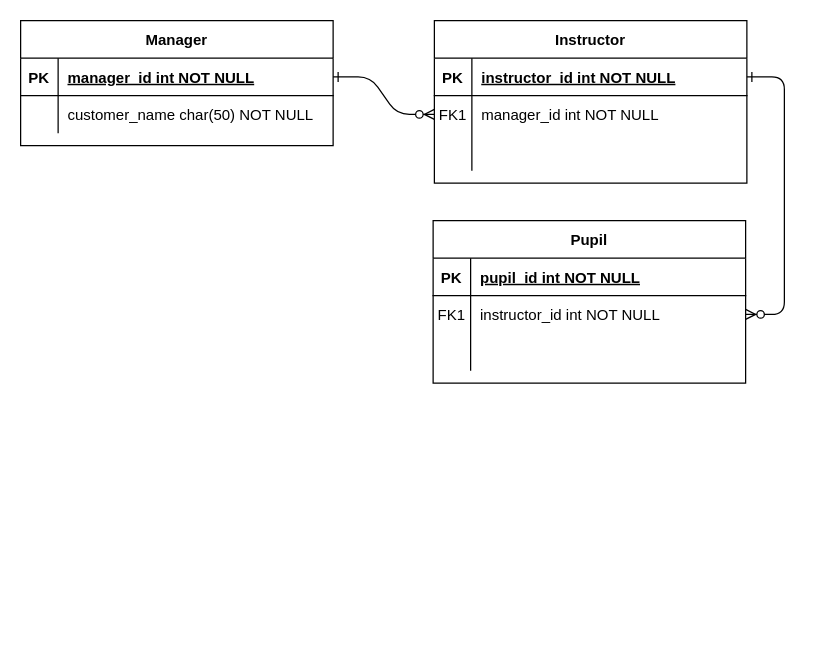
Above: PRock Entity Relations.drawio in AlonBrul/prock-class-registration (draw.io), before the change. Source tidied: cells renumbered, new cells numbered last; positions are measured from the earlier drawing's top-left corner, leaving out a move shared by most shapes. Both pictures are drawn from the tidied source at 125%, with x=0, y=0 at pixel (20, 20).
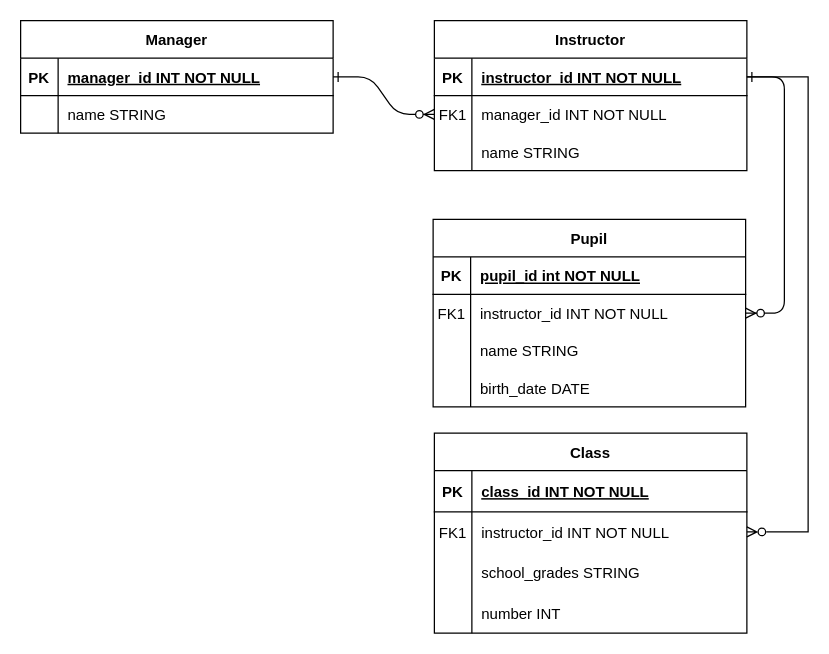
After the change.

The change refers to these unchanged cells:
```xml
<mxCell id="5" style="shape=partialRectangle;fillColor=none;points=[[0,0.5],[1,0.5]];portConstraint=eastwest;top=0;left=0;right=0;bottom=1;" parent="4" vertex="1">
  <mxGeometry y="30" width="250" height="30" as="geometry" />
</mxCell>
<mxCell id="8" style="shape=partialRectangle;fillColor=none;points=[[0,0.5],[1,0.5]];portConstraint=eastwest;top=0;left=0;right=0;bottom=0;" parent="4" vertex="1">
  <mxGeometry y="60" width="250" height="30" as="geometry" />
</mxCell>
<mxCell id="11" style="shape=partialRectangle;fillColor=none;top=0;left=0;right=0;bottom=0;" parent="4" vertex="1">
  <mxGeometry y="90" width="250" height="30" as="geometry" />
</mxCell>
<mxCell id="18" style="shape=partialRectangle;fillColor=none;points=[[0,0.5],[1,0.5]];portConstraint=eastwest;top=0;left=0;right=0;bottom=0;" parent="14" vertex="1">
  <mxGeometry y="60" width="250" height="30" as="geometry" />
</mxCell>
<mxCell id="21" style="shape=partialRectangle;fillColor=none;top=0;left=0;right=0;bottom=0;" parent="14" vertex="1">
  <mxGeometry y="90" width="250" height="30" as="geometry" />
</mxCell>
<mxCell id="25" style="shape=partialRectangle;fillColor=none;points=[[0,0.5],[1,0.5]];portConstraint=eastwest;top=0;left=0;right=0;bottom=1;" parent="24" vertex="1">
  <mxGeometry y="30" width="250" height="30" as="geometry" />
</mxCell>
<mxCell id="28" style="shape=partialRectangle;fillColor=none;top=0;left=0;right=0;bottom=0;" parent="24" vertex="1">
  <mxGeometry y="60" width="250" height="30" as="geometry" />
</mxCell>
```

Change to the diagram source:
```diff
@@
-    <mxCell id="2" style="edgeStyle=entityRelationEdgeStyle;endArrow=ERzeroToMany;startArrow=ERone;endFill=1;startFill=0;" parent="1" edge="1" source="25" target="8">
-      <mxGeometry relative="1" as="geometry" />
-    </mxCell>
@@
     <mxCell id="4" value="Instructor" style="shape=table;startSize=30;childLayout=tableLayout;rowLines=0;fontStyle=1;align=center;" parent="1" vertex="1">
-      <mxGeometry x="331" width="250" height="130" as="geometry" />
+      <mxGeometry x="331" width="250" height="120" as="geometry" />
     </mxCell>
@@
-    <mxCell id="7" value="instructor_id int NOT NULL " style="shape=partialRectangle;overflow=hidden;fillColor=none;top=0;left=0;bottom=0;right=0;align=left;spacingLeft=6;fontStyle=5;" parent="5" vertex="1">
+    <mxCell id="7" value="instructor_id INT NOT NULL " style="shape=partialRectangle;overflow=hidden;fillColor=none;top=0;left=0;bottom=0;right=0;align=left;spacingLeft=6;fontStyle=5;" parent="5" vertex="1">
       <mxGeometry x="30" width="220" height="30" as="geometry" />
     </mxCell>
@@
-    <mxCell id="10" value="manager_id int NOT NULL" style="shape=partialRectangle;overflow=hidden;fillColor=none;top=0;left=0;bottom=0;right=0;align=left;spacingLeft=6;" parent="8" vertex="1">
+    <mxCell id="10" value="manager_id INT NOT NULL" style="shape=partialRectangle;overflow=hidden;fillColor=none;top=0;left=0;bottom=0;right=0;align=left;spacingLeft=6;" parent="8" vertex="1">
       <mxGeometry x="30" width="220" height="30" as="geometry" />
     </mxCell>
@@
-    <mxCell id="13" style="shape=partialRectangle;overflow=hidden;fillColor=none;top=0;left=0;bottom=0;right=0;align=left;spacingLeft=6;" parent="11" vertex="1">
+    <mxCell id="13" value="name STRING" style="shape=partialRectangle;overflow=hidden;fillColor=none;top=0;left=0;bottom=0;right=0;align=left;spacingLeft=6;" parent="11" vertex="1">
       <mxGeometry x="30" width="220" height="30" as="geometry" />
     </mxCell>
     <mxCell id="14" value="Pupil" style="shape=table;startSize=30;childLayout=tableLayout;rowLines=0;fontStyle=1;align=center;" parent="1" vertex="1">
-      <mxGeometry x="330" y="160" width="250" height="130" as="geometry" />
+      <mxGeometry x="330" y="159" width="250" height="150" as="geometry" />
     </mxCell>
@@
-    <mxCell id="20" value="instructor_id int NOT NULL" style="shape=partialRectangle;overflow=hidden;fillColor=none;top=0;left=0;bottom=0;right=0;align=left;spacingLeft=6;" parent="18" vertex="1">
+    <mxCell id="20" value="instructor_id INT NOT NULL" style="shape=partialRectangle;overflow=hidden;fillColor=none;top=0;left=0;bottom=0;right=0;align=left;spacingLeft=6;" parent="18" vertex="1">
       <mxGeometry x="30" width="220" height="30" as="geometry" />
     </mxCell>
@@
-    <mxCell id="23" style="shape=partialRectangle;overflow=hidden;fillColor=none;top=0;left=0;bottom=0;right=0;align=left;spacingLeft=6;" parent="21" vertex="1">
+    <mxCell id="23" value="name STRING" style="shape=partialRectangle;overflow=hidden;fillColor=none;top=0;left=0;bottom=0;right=0;align=left;spacingLeft=6;" parent="21" vertex="1">
       <mxGeometry x="30" width="220" height="30" as="geometry" />
     </mxCell>
+    <mxCell id="31" style="shape=partialRectangle;fillColor=none;top=0;left=0;right=0;bottom=0;" parent="14" vertex="1">
+      <mxGeometry y="120" width="250" height="30" as="geometry" />
+    </mxCell>
+    <mxCell id="32" style="shape=partialRectangle;overflow=hidden;fillColor=none;top=0;left=0;bottom=0;right=0;" parent="31" vertex="1">
+      <mxGeometry width="30" height="30" as="geometry" />
+    </mxCell>
+    <mxCell id="33" value="birth_date DATE" style="shape=partialRectangle;overflow=hidden;fillColor=none;top=0;left=0;bottom=0;right=0;align=left;spacingLeft=6;" parent="31" vertex="1">
+      <mxGeometry x="30" width="220" height="30" as="geometry" />
+    </mxCell>
     <mxCell id="24" value="Manager" style="shape=table;startSize=30;childLayout=tableLayout;rowLines=0;fontStyle=1;align=center;" parent="1" vertex="1">
-      <mxGeometry width="250" height="100" as="geometry" />
+      <mxGeometry width="250" height="90" as="geometry" />
     </mxCell>
@@
-    <mxCell id="27" value="manager_id int NOT NULL " style="shape=partialRectangle;overflow=hidden;fillColor=none;top=0;left=0;bottom=0;right=0;align=left;spacingLeft=6;fontStyle=5;" parent="25" vertex="1">
+    <mxCell id="27" value="manager_id INT NOT NULL " style="shape=partialRectangle;overflow=hidden;fillColor=none;top=0;left=0;bottom=0;right=0;align=left;spacingLeft=6;fontStyle=5;" parent="25" vertex="1">
       <mxGeometry x="30" width="220" height="30" as="geometry" />
     </mxCell>
@@
-    <mxCell id="30" value="customer_name char(50) NOT NULL" style="shape=partialRectangle;overflow=hidden;fillColor=none;top=0;left=0;bottom=0;right=0;align=left;spacingLeft=6;" parent="28" vertex="1">
+    <mxCell id="30" value="name STRING" style="shape=partialRectangle;overflow=hidden;fillColor=none;top=0;left=0;bottom=0;right=0;align=left;spacingLeft=6;" parent="28" vertex="1">
       <mxGeometry x="30" width="220" height="30" as="geometry" />
     </mxCell>
+    <mxCell id="34" value="Class" style="shape=table;startSize=30;childLayout=tableLayout;rowLines=0;fontStyle=1;align=center;strokeColor=default;" parent="1" vertex="1">
+      <mxGeometry x="331" y="330" width="250" height="160" as="geometry" />
+    </mxCell>
+    <mxCell id="35" style="shape=partialRectangle;fillColor=none;top=0;left=0;right=0;bottom=1;" parent="34" vertex="1">
+      <mxGeometry y="30" width="250" height="33" as="geometry" />
+    </mxCell>
+    <mxCell id="36" value="PK" style="shape=partialRectangle;overflow=hidden;fillColor=none;top=0;left=0;bottom=0;right=0;fontStyle=1;" parent="35" vertex="1">
+      <mxGeometry width="30" height="33" as="geometry" />
+    </mxCell>
+    <mxCell id="37" value="class_id INT NOT NULL" style="shape=partialRectangle;overflow=hidden;fillColor=none;top=0;left=0;bottom=0;right=0;align=left;spacingLeft=6;fontStyle=5;" parent="35" vertex="1">
+      <mxGeometry x="30" width="220" height="33" as="geometry" />
+    </mxCell>
+    <mxCell id="38" style="shape=partialRectangle;fillColor=none;points=[[0,0.5],[1,0.5]];portConstraint=eastwest;top=0;left=0;right=0;bottom=0;" parent="34" vertex="1">
+      <mxGeometry y="63" width="250" height="32" as="geometry" />
+    </mxCell>
+    <mxCell id="39" value="FK1" style="shape=partialRectangle;overflow=hidden;fillColor=none;top=0;left=0;bottom=0;right=0;" parent="38" vertex="1">
+      <mxGeometry width="30" height="32" as="geometry" />
+    </mxCell>
+    <mxCell id="40" value="instructor_id INT NOT NULL" style="shape=partialRectangle;overflow=hidden;fillColor=none;top=0;left=0;bottom=0;right=0;align=left;spacingLeft=6;" parent="38" vertex="1">
+      <mxGeometry x="30" width="220" height="32" as="geometry" />
+    </mxCell>
+    <mxCell id="41" style="shape=partialRectangle;fillColor=none;top=0;left=0;right=0;bottom=0;" parent="34" vertex="1">
+      <mxGeometry y="95" width="250" height="33" as="geometry" />
+    </mxCell>
+    <mxCell id="42" style="shape=partialRectangle;overflow=hidden;fillColor=none;top=0;left=0;bottom=0;right=0;" parent="41" vertex="1">
+      <mxGeometry width="30" height="33" as="geometry" />
+    </mxCell>
+    <mxCell id="43" value="school_grades STRING" style="shape=partialRectangle;overflow=hidden;fillColor=none;top=0;left=0;bottom=0;right=0;align=left;spacingLeft=6;" parent="41" vertex="1">
+      <mxGeometry x="30" width="220" height="33" as="geometry" />
+    </mxCell>
+    <mxCell id="44" style="shape=partialRectangle;fillColor=none;top=0;left=0;right=0;bottom=0;" parent="34" vertex="1">
+      <mxGeometry y="128" width="250" height="32" as="geometry" />
+    </mxCell>
+    <mxCell id="45" style="shape=partialRectangle;overflow=hidden;fillColor=none;top=0;left=0;bottom=0;right=0;" parent="44" vertex="1">
+      <mxGeometry width="30" height="32" as="geometry" />
+    </mxCell>
+    <mxCell id="46" value="number INT" style="shape=partialRectangle;overflow=hidden;fillColor=none;top=0;left=0;bottom=0;right=0;align=left;spacingLeft=6;" parent="44" vertex="1">
+      <mxGeometry x="30" width="220" height="32" as="geometry" />
+    </mxCell>
+    <mxCell id="47" style="edgeStyle=orthogonalEdgeStyle;rounded=0;jettySize=auto;html=1;exitX=1;exitY=0.5;exitDx=0;exitDy=0;entryX=1;entryY=0.5;entryDx=0;entryDy=0;endArrow=ERzeroToMany;endFill=0;" parent="1" edge="1" source="5" target="38">
+      <mxGeometry relative="1" as="geometry">
+        <Array as="points">
+          <mxPoint x="630" y="45" />
+          <mxPoint x="630" y="409" />
+        </Array>
+      </mxGeometry>
+    </mxCell>
+    <mxCell id="2" style="edgeStyle=entityRelationEdgeStyle;endArrow=ERzeroToMany;startArrow=ERone;endFill=1;startFill=0;" parent="1" edge="1" source="25" target="8">
+      <mxGeometry relative="1" as="geometry" />
+    </mxCell>
```
